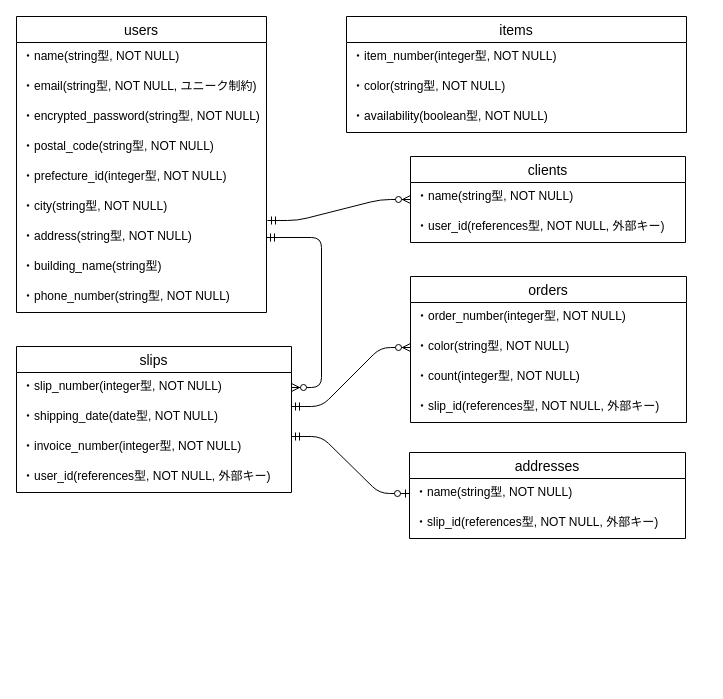
This is easy_slips.dio from hiddy0329/easy_slips, a draw.io file, before an edit. Source tidied: cells renumbered, new cells numbered last; positions are measured from the earlier drawing's top-left corner, leaving out a move shared by most shapes. Both pictures are drawn from the tidied source at 100%, with x=0, y=0 at pixel (16, 16).
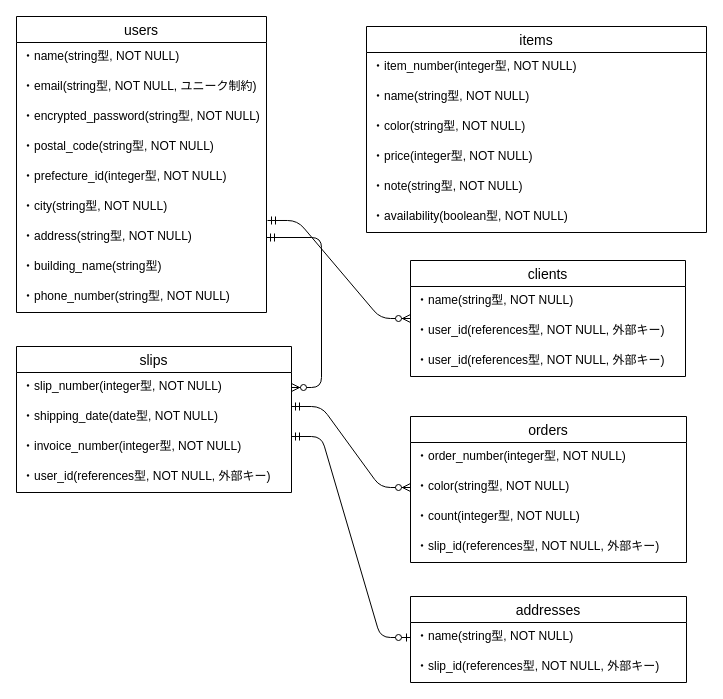
The same page after the edit.

Commit message (it also covers changes not shown here):
ER図とREADMEの修正(product)

The edit, as a diff of the source:
```diff
@@
     <mxCell id="12" value="clients" style="swimlane;fontStyle=0;horizontal=1;startSize=26;align=center;fontSize=14;" parent="1" vertex="1">
-      <mxGeometry x="394" y="140" width="275" height="86" as="geometry" />
+      <mxGeometry x="394" y="244" width="275" height="116" as="geometry" />
     </mxCell>
@@
+    <mxCell id="36" value="・user_id(references型, NOT NULL, 外部キー)" style="text;strokeColor=none;fillColor=none;spacingLeft=4;spacingRight=4;overflow=hidden;fontSize=12;" parent="12" vertex="1">
+      <mxGeometry y="86" width="275" height="30" as="geometry" />
+    </mxCell>
     <mxCell id="15" value="items" style="swimlane;fontStyle=0;horizontal=1;startSize=26;align=center;fontSize=14;" parent="1" vertex="1">
-      <mxGeometry x="330" width="340" height="116" as="geometry" />
+      <mxGeometry x="350" y="10" width="340" height="206" as="geometry" />
     </mxCell>
@@
+    <mxCell id="37" value="・name(string型, NOT NULL)" style="text;strokeColor=none;fillColor=none;spacingLeft=4;spacingRight=4;overflow=hidden;fontSize=12;" parent="15" vertex="1">
+      <mxGeometry y="56" width="340" height="30" as="geometry" />
+    </mxCell>
     <mxCell id="17" value="・color(string型, NOT NULL)" style="text;strokeColor=none;fillColor=none;spacingLeft=4;spacingRight=4;overflow=hidden;fontSize=12;" parent="15" vertex="1">
-      <mxGeometry y="56" width="340" height="30" as="geometry" />
+      <mxGeometry y="86" width="340" height="30" as="geometry" />
     </mxCell>
+    <mxCell id="38" value="・price(integer型, NOT NULL)" style="text;strokeColor=none;fillColor=none;spacingLeft=4;spacingRight=4;overflow=hidden;fontSize=12;" parent="15" vertex="1">
+      <mxGeometry y="116" width="340" height="30" as="geometry" />
+    </mxCell>
+    <mxCell id="39" value="・note(string型, NOT NULL)" style="text;strokeColor=none;fillColor=none;spacingLeft=4;spacingRight=4;overflow=hidden;fontSize=12;" parent="15" vertex="1">
+      <mxGeometry y="146" width="340" height="30" as="geometry" />
+    </mxCell>
     <mxCell id="18" value="・availability(boolean型, NOT NULL)" style="text;strokeColor=none;fillColor=none;spacingLeft=4;spacingRight=4;overflow=hidden;fontSize=12;" parent="15" vertex="1">
-      <mxGeometry y="86" width="340" height="30" as="geometry" />
+      <mxGeometry y="176" width="340" height="30" as="geometry" />
     </mxCell>
@@
     <mxCell id="26" value="orders" style="swimlane;fontStyle=0;horizontal=1;startSize=26;align=center;fontSize=14;" parent="1" vertex="1">
-      <mxGeometry x="394" y="260" width="276" height="146" as="geometry" />
+      <mxGeometry x="394" y="400" width="276" height="146" as="geometry" />
     </mxCell>
@@
     <mxCell id="31" value="addresses" style="swimlane;fontStyle=0;horizontal=1;startSize=26;align=center;fontSize=14;" parent="1" vertex="1">
-      <mxGeometry x="393" y="436" width="276" height="86" as="geometry" />
+      <mxGeometry x="394" y="580" width="276" height="86" as="geometry" />
     </mxCell>
```
